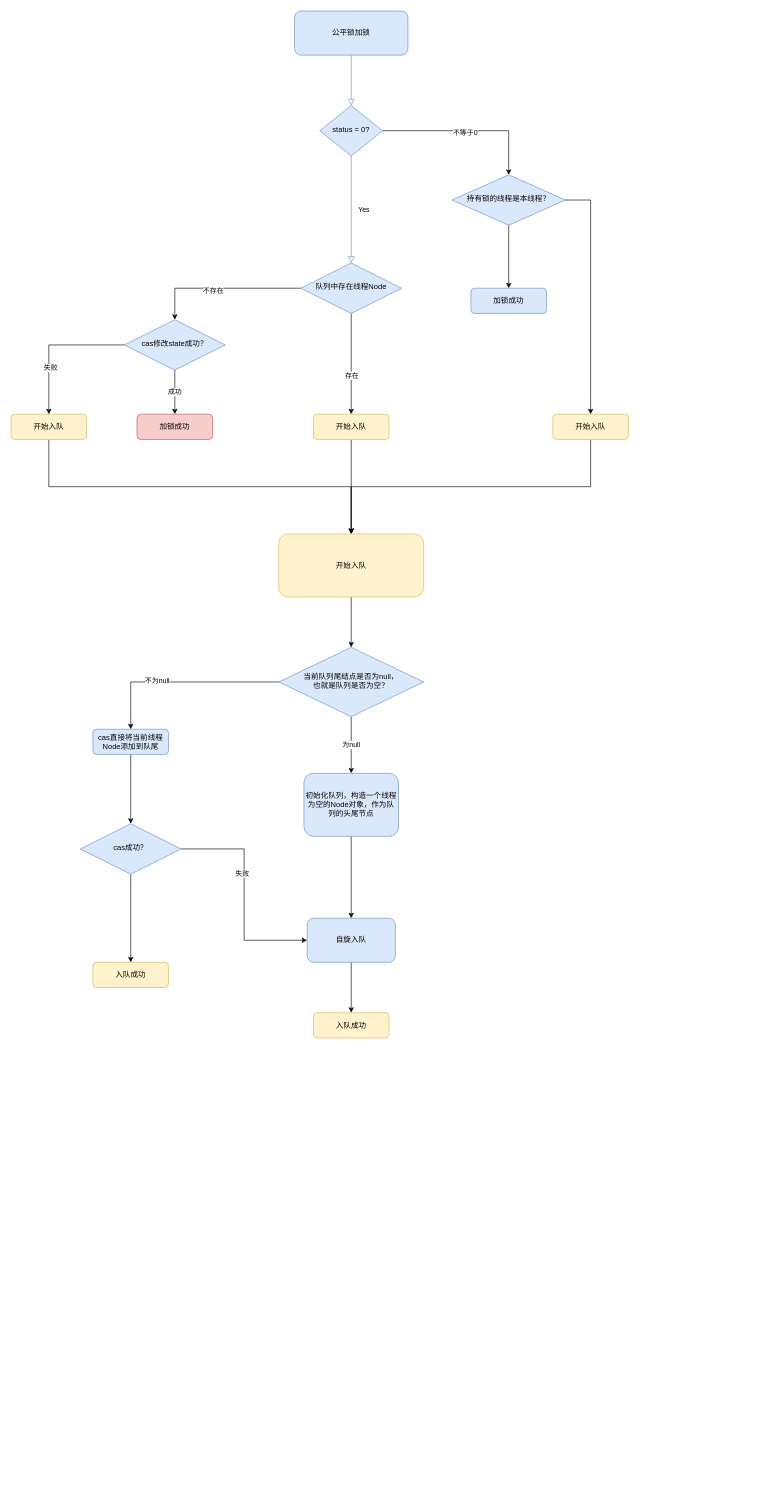
The draw.io diagram ReentrantLock公平锁加锁.drawio in dream-pyth/process, before the edit. Source tidied: cells renumbered, new cells numbered last; positions are measured from the earlier drawing's top-left corner, leaving out a move shared by most shapes. Both pictures are drawn from the tidied source at 63%, with x=0, y=0 at pixel (11, 11).
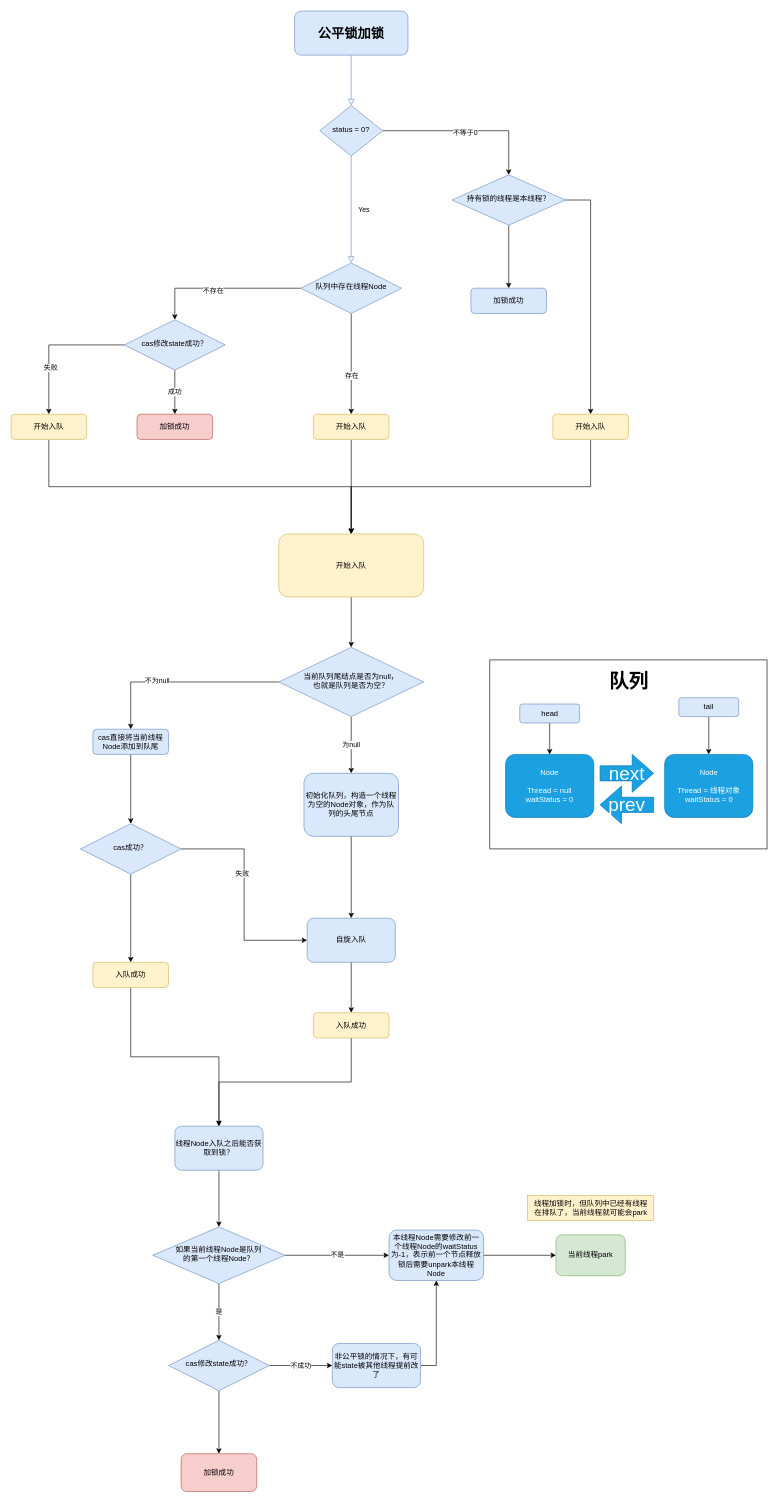
The same page after the edit.

The change refers to these unchanged cells:
```xml
<mxCell id="44" value="入队成功" style="rounded=1;whiteSpace=wrap;html=1;fontSize=12;glass=0;strokeWidth=1;shadow=0;fillColor=#fff2cc;strokeColor=#d6b656;" parent="1" vertex="1">
  <mxGeometry x="130" y="1510" width="120" height="40" as="geometry" />
</mxCell>
<mxCell id="45" value="入队成功" style="rounded=1;whiteSpace=wrap;html=1;fontSize=12;glass=0;strokeWidth=1;shadow=0;fillColor=#fff2cc;strokeColor=#d6b656;" parent="1" vertex="1">
  <mxGeometry x="480" y="1590" width="120" height="40" as="geometry" />
</mxCell>
```

Diff of the diagram source:
```diff
@@
+    <mxCell id="46" style="whiteSpace=wrap;html=1;" parent="1" vertex="1">
+      <mxGeometry x="760" y="1030" width="440" height="300" as="geometry" />
+    </mxCell>
@@
-    <mxCell id="3" value="公平锁加锁" style="rounded=1;whiteSpace=wrap;html=1;fontSize=12;glass=0;strokeWidth=1;shadow=0;fillColor=#dae8fc;strokeColor=#6c8ebf;" parent="1" vertex="1">
+    <mxCell id="3" value="&lt;b&gt;&lt;font style=&quot;font-size: 21px;&quot;&gt;公平锁加锁&lt;/font&gt;&lt;/b&gt;" style="rounded=1;whiteSpace=wrap;html=1;fontSize=12;glass=0;strokeWidth=1;shadow=0;fillColor=#dae8fc;strokeColor=#6c8ebf;" parent="1" vertex="1">
       <mxGeometry x="450" width="180" height="70" as="geometry" />
     </mxCell>
@@
+    <mxCell id="47" style="edgeStyle=orthogonalEdgeStyle;rounded=0;jettySize=auto;html=1;exitX=0.5;exitY=1;exitDx=0;exitDy=0;entryX=0.5;entryY=0;entryDx=0;entryDy=0;" parent="1" edge="1" source="44" target="50">
+      <mxGeometry relative="1" as="geometry" />
+    </mxCell>
@@
+    <mxCell id="48" style="edgeStyle=orthogonalEdgeStyle;rounded=0;jettySize=auto;html=1;exitX=0.5;exitY=1;exitDx=0;exitDy=0;entryX=0.5;entryY=0;entryDx=0;entryDy=0;" parent="1" edge="1" source="45" target="50">
+      <mxGeometry relative="1" as="geometry" />
+    </mxCell>
@@
+    <mxCell id="49" style="edgeStyle=orthogonalEdgeStyle;rounded=0;jettySize=auto;html=1;exitX=0.5;exitY=1;exitDx=0;exitDy=0;entryX=0.5;entryY=0;entryDx=0;entryDy=0;" parent="1" edge="1" source="50" target="53">
+      <mxGeometry relative="1" as="geometry" />
+    </mxCell>
+    <mxCell id="50" value="线程Node入队之后能否获取到锁？" style="rounded=1;whiteSpace=wrap;html=1;fontSize=12;glass=0;strokeWidth=1;shadow=0;fillColor=#dae8fc;strokeColor=#6c8ebf;" parent="1" vertex="1">
+      <mxGeometry x="260" y="1770" width="140" height="70" as="geometry" />
+    </mxCell>
+    <mxCell id="51" value="不是" style="edgeStyle=orthogonalEdgeStyle;rounded=0;jettySize=auto;html=1;exitX=1;exitY=0.5;exitDx=0;exitDy=0;" parent="1" edge="1" source="53" target="55">
+      <mxGeometry relative="1" as="geometry" />
+    </mxCell>
+    <mxCell id="52" value="是" style="edgeStyle=orthogonalEdgeStyle;rounded=0;jettySize=auto;html=1;exitX=0.5;exitY=1;exitDx=0;exitDy=0;" parent="1" edge="1" source="53" target="58">
+      <mxGeometry relative="1" as="geometry" />
+    </mxCell>
+    <mxCell id="53" value="如果当前线程Node是队列&lt;br&gt;的第一个线程Node？" style="rhombus;whiteSpace=wrap;html=1;shadow=0;fontFamily=Helvetica;fontSize=12;align=center;strokeWidth=1;spacing=6;spacingTop=-4;fillColor=#dae8fc;strokeColor=#6c8ebf;" parent="1" vertex="1">
+      <mxGeometry x="225" y="1930" width="210" height="90" as="geometry" />
+    </mxCell>
+    <mxCell id="54" style="edgeStyle=orthogonalEdgeStyle;rounded=0;jettySize=auto;html=1;exitX=1;exitY=0.5;exitDx=0;exitDy=0;" parent="1" edge="1" source="55" target="62">
+      <mxGeometry relative="1" as="geometry" />
+    </mxCell>
+    <mxCell id="55" value="本线程Node需要修改前一个线程Node的waitStatus为-1，表示前一个节点释放锁后需要unpark本线程Node" style="rounded=1;whiteSpace=wrap;html=1;fontSize=12;glass=0;strokeWidth=1;shadow=0;fillColor=#dae8fc;strokeColor=#6c8ebf;" parent="1" vertex="1">
+      <mxGeometry x="600" y="1935" width="150" height="80" as="geometry" />
+    </mxCell>
+    <mxCell id="56" value="不成功" style="edgeStyle=orthogonalEdgeStyle;rounded=0;jettySize=auto;html=1;exitX=1;exitY=0.5;exitDx=0;exitDy=0;entryX=0;entryY=0.5;entryDx=0;entryDy=0;" parent="1" edge="1" source="58" target="60">
+      <mxGeometry relative="1" as="geometry" />
+    </mxCell>
+    <mxCell id="57" style="edgeStyle=orthogonalEdgeStyle;rounded=0;jettySize=auto;html=1;exitX=0.5;exitY=1;exitDx=0;exitDy=0;entryX=0.5;entryY=0;entryDx=0;entryDy=0;" parent="1" edge="1" source="58" target="61">
+      <mxGeometry relative="1" as="geometry" />
+    </mxCell>
+    <mxCell id="58" value="cas修改state成功？" style="rhombus;whiteSpace=wrap;html=1;shadow=0;fontFamily=Helvetica;fontSize=12;align=center;strokeWidth=1;spacing=6;spacingTop=-4;fillColor=#dae8fc;strokeColor=#6c8ebf;" parent="1" vertex="1">
+      <mxGeometry x="250" y="2110" width="160" height="80" as="geometry" />
+    </mxCell>
+    <mxCell id="59" style="edgeStyle=orthogonalEdgeStyle;rounded=0;jettySize=auto;html=1;exitX=1;exitY=0.5;exitDx=0;exitDy=0;entryX=0.5;entryY=1;entryDx=0;entryDy=0;" parent="1" edge="1" source="60" target="55">
+      <mxGeometry relative="1" as="geometry" />
+    </mxCell>
+    <mxCell id="60" value="非公平锁的情况下，有可能state被其他线程提前改了" style="rounded=1;whiteSpace=wrap;html=1;fontSize=12;glass=0;strokeWidth=1;shadow=0;fillColor=#dae8fc;strokeColor=#6c8ebf;" parent="1" vertex="1">
+      <mxGeometry x="510" y="2115" width="140" height="70" as="geometry" />
+    </mxCell>
+    <mxCell id="61" value="加锁成功" style="rounded=1;whiteSpace=wrap;html=1;fontSize=12;glass=0;strokeWidth=1;shadow=0;fillColor=#f8cecc;strokeColor=#b85450;" parent="1" vertex="1">
+      <mxGeometry x="270" y="2290" width="120" height="60" as="geometry" />
+    </mxCell>
+    <mxCell id="62" value="当前线程park" style="rounded=1;whiteSpace=wrap;html=1;fontSize=12;glass=0;strokeWidth=1;shadow=0;fillColor=#d5e8d4;strokeColor=#82b366;" parent="1" vertex="1">
+      <mxGeometry x="865" y="1942.5" width="110" height="65" as="geometry" />
+    </mxCell>
+    <mxCell id="63" value="线程加锁时，但队列中已经有线程&lt;br&gt;在排队了，当前线程就可能会park" style="text;html=1;align=center;verticalAlign=middle;strokeColor=#d6b656;fillColor=#fff2cc;" parent="1" vertex="1">
+      <mxGeometry x="820" y="1880" width="200" height="40" as="geometry" />
+    </mxCell>
+    <mxCell id="64" value="队列" style="text;html=1;align=center;verticalAlign=middle;strokeColor=none;fillColor=none;fontStyle=1;fontSize=31;horizontal=1;" parent="1" vertex="1">
+      <mxGeometry x="935" y="1039" width="90" height="50" as="geometry" />
+    </mxCell>
+    <mxCell id="65" style="edgeStyle=orthogonalEdgeStyle;rounded=0;jettySize=auto;html=1;exitX=0.5;exitY=1;exitDx=0;exitDy=0;fontSize=30;" parent="1" edge="1" source="66" target="69">
+      <mxGeometry relative="1" as="geometry" />
+    </mxCell>
+    <mxCell id="66" value="head" style="rounded=1;whiteSpace=wrap;html=1;fontSize=12;glass=0;strokeWidth=1;shadow=0;fillColor=#dae8fc;strokeColor=#6c8ebf;" parent="1" vertex="1">
+      <mxGeometry x="807.5" y="1100" width="95" height="30" as="geometry" />
+    </mxCell>
+    <mxCell id="67" style="edgeStyle=orthogonalEdgeStyle;rounded=0;jettySize=auto;html=1;exitX=0.5;exitY=1;exitDx=0;exitDy=0;fontSize=30;" parent="1" edge="1" source="68" target="70">
+      <mxGeometry relative="1" as="geometry" />
+    </mxCell>
+    <mxCell id="68" value="tail" style="rounded=1;whiteSpace=wrap;html=1;fontSize=12;glass=0;strokeWidth=1;shadow=0;fillColor=#dae8fc;strokeColor=#6c8ebf;" parent="1" vertex="1">
+      <mxGeometry x="1060" y="1090" width="95" height="30" as="geometry" />
+    </mxCell>
+    <mxCell id="69" value="Node&lt;br&gt;&lt;br&gt;Thread = null&lt;br&gt;waitStatus = 0" style="rounded=1;whiteSpace=wrap;html=1;fontSize=12;glass=0;strokeWidth=1;shadow=0;fillColor=#1ba1e2;strokeColor=#006EAF;fontColor=#ffffff;" parent="1" vertex="1">
+      <mxGeometry x="785" y="1180" width="140" height="100" as="geometry" />
+    </mxCell>
+    <mxCell id="70" value="Node&lt;br&gt;&lt;br&gt;Thread = 线程对象&lt;br&gt;waitStatus = 0" style="rounded=1;whiteSpace=wrap;html=1;fontSize=12;glass=0;strokeWidth=1;shadow=0;fillColor=#1ba1e2;strokeColor=#006EAF;fontColor=#ffffff;" parent="1" vertex="1">
+      <mxGeometry x="1037.5" y="1180" width="140" height="100" as="geometry" />
+    </mxCell>
+    <mxCell id="71" value="next" style="shape=singleArrow;whiteSpace=wrap;html=1;arrowWidth=0.4;arrowSize=0.4;fontSize=30;direction=east;fillColor=#1ba1e2;fontColor=#ffffff;strokeColor=#006EAF;" parent="1" vertex="1">
+      <mxGeometry x="935" y="1180" width="85" height="60" as="geometry" />
+    </mxCell>
+    <mxCell id="72" value="prev" style="shape=singleArrow;whiteSpace=wrap;html=1;arrowWidth=0.4;arrowSize=0.4;fontSize=30;direction=west;fillColor=#1ba1e2;fontColor=#ffffff;strokeColor=#006EAF;" parent="1" vertex="1">
+      <mxGeometry x="935" y="1230" width="85" height="60" as="geometry" />
+    </mxCell>
```
